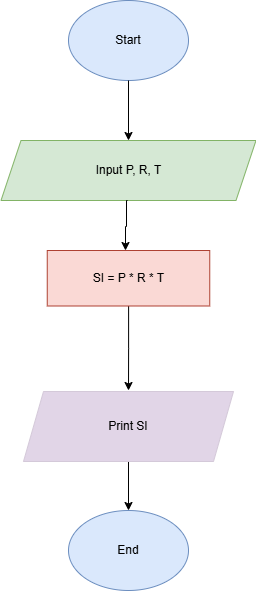
The draw.io diagram images/exercise5.png in Halamohamed/Workshops-Algorithm-Flowchart, before a commit. Source tidied: cells renumbered, new cells last; positions are measured from the earlier drawing's top-left corner, leaving out a move shared by most shapes.
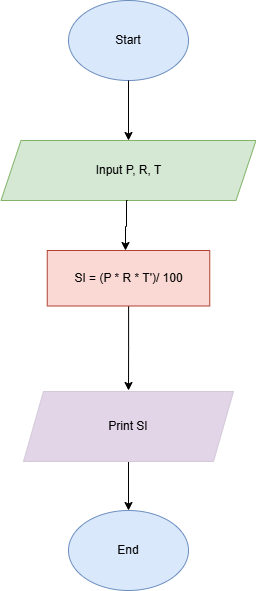
Later version of the same file.

What changed in the source:
```diff
@@ -38,7 +38,7 @@
         </Array>
       </mxGeometry>
     </mxCell>
-    <mxCell id="10" value="&lt;div&gt;SI = P * R * T&lt;/div&gt;" style="rounded=0;whiteSpace=wrap;html=1;fillColor=#fad9d5;strokeColor=#ae4132;" parent="1" vertex="1">
+    <mxCell id="10" value="&lt;div&gt;SI = (P * R * T')/ 100&lt;/div&gt;" style="rounded=0;whiteSpace=wrap;html=1;fillColor=#fad9d5;strokeColor=#ae4132;" parent="1" vertex="1">
       <mxGeometry x="45.8" y="250" width="162.5" height="55.5" as="geometry" />
     </mxCell>
   </root>
```
